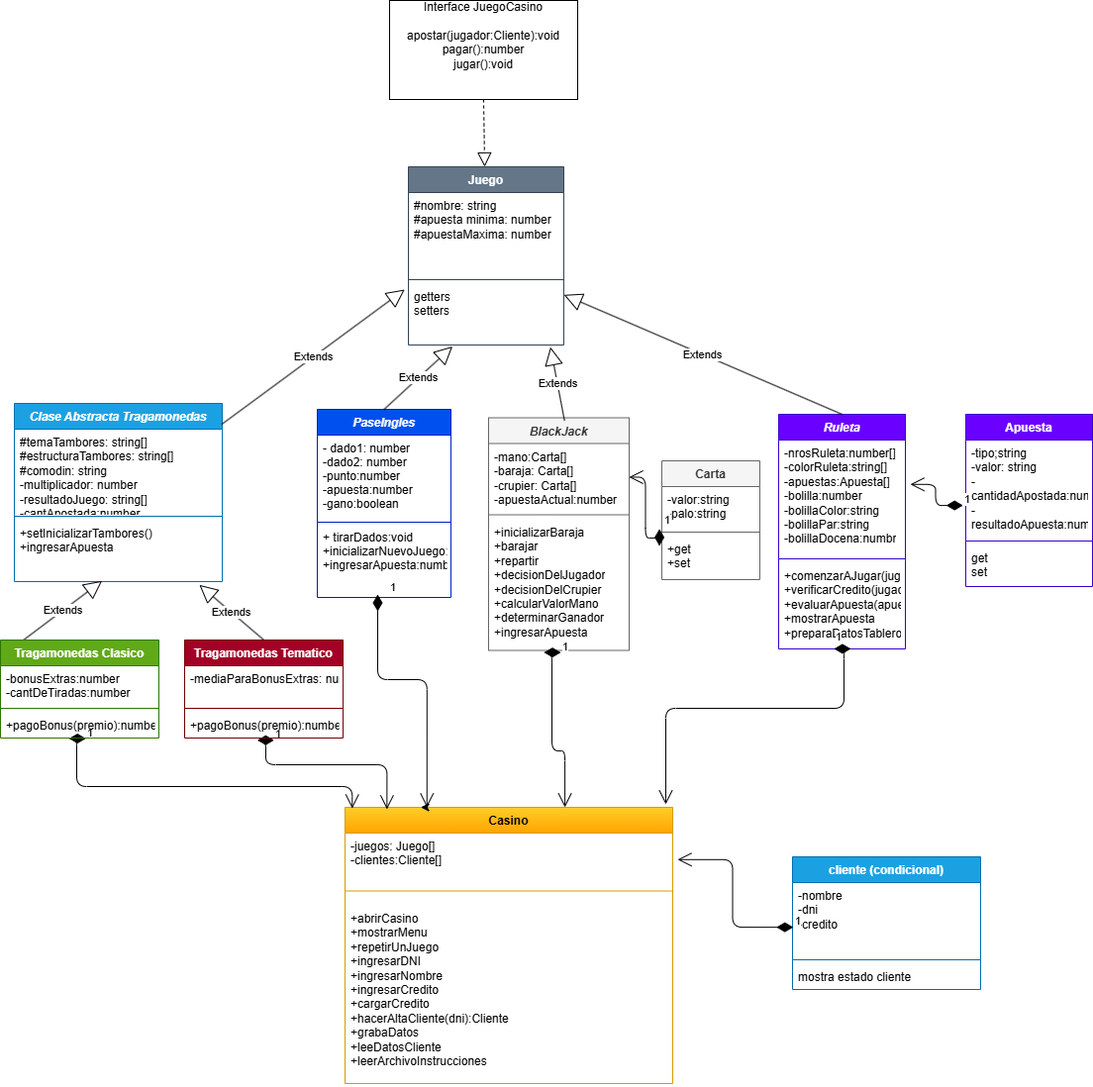
Above: Casino.drawio.png in ruedaariel/CasinoProyectoFinal (draw.io), before the change. Source tidied: cells renumbered, new cells last; positions are measured from the earlier drawing's top-left corner, leaving out a move shared by most shapes.
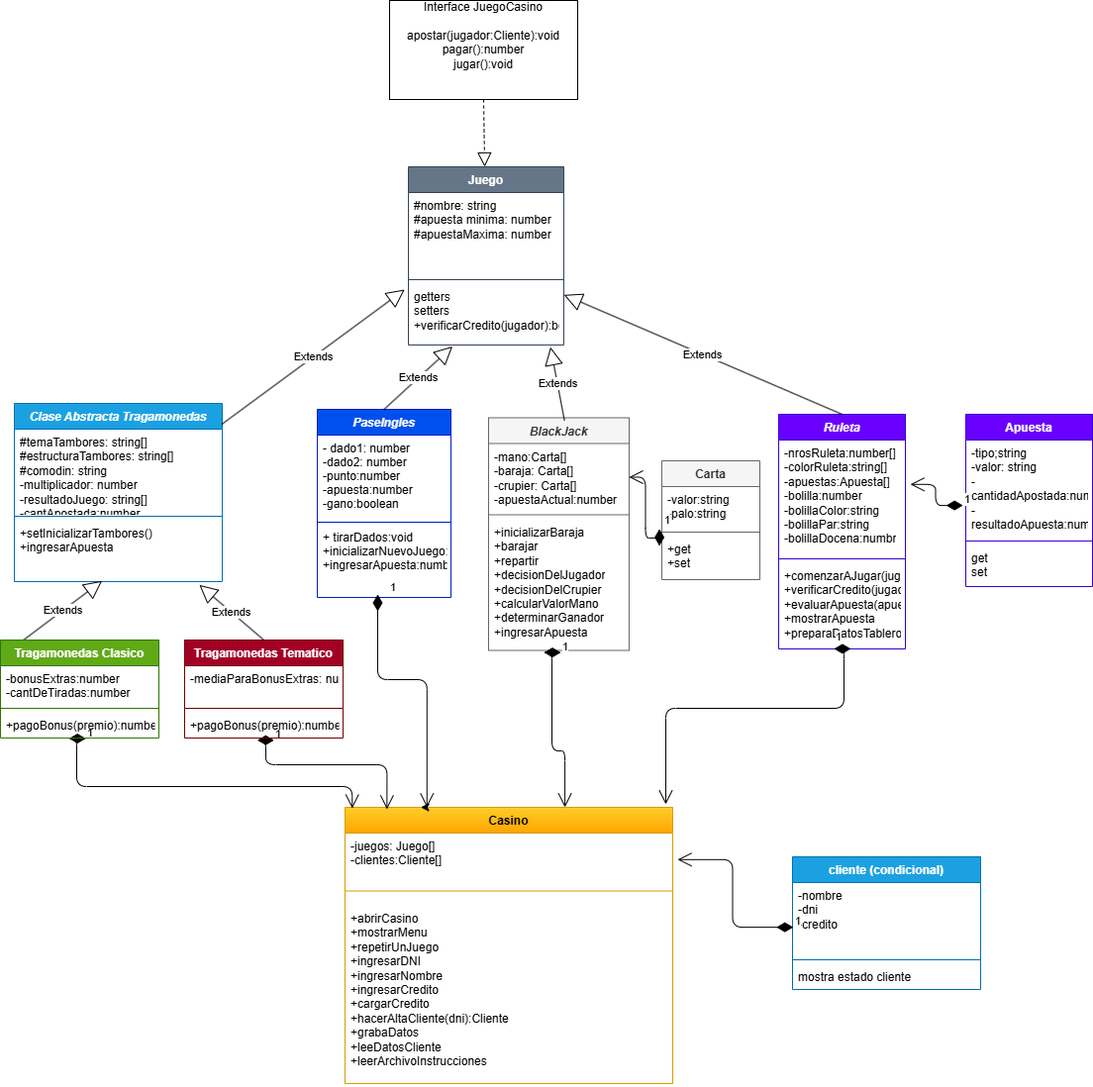
Above is the later version.

What changed in the source:
```diff
@@ -146,7 +146,7 @@
     <mxCell id="39" style="line;strokeWidth=1;fillColor=none;align=left;verticalAlign=middle;spacingTop=-1;spacingLeft=3;spacingRight=3;labelPosition=right;strokeColor=inherit;" parent="37" vertex="1">
       <mxGeometry y="110" width="157" height="8" as="geometry" />
     </mxCell>
-    <mxCell id="40" value="getters&lt;br&gt;setters" style="text;strokeColor=none;fillColor=none;align=left;verticalAlign=top;spacingLeft=4;spacingRight=4;overflow=hidden;points=[[0,0.5],[1,0.5]];portConstraint=eastwest;whiteSpace=wrap;html=1;" parent="37" vertex="1">
+    <mxCell id="40" value="getters&lt;br&gt;setters&lt;br&gt;+verificarCredito(jugador):boolean" style="text;strokeColor=none;fillColor=none;align=left;verticalAlign=top;spacingLeft=4;spacingRight=4;overflow=hidden;points=[[0,0.5],[1,0.5]];portConstraint=eastwest;whiteSpace=wrap;html=1;" parent="37" vertex="1">
       <mxGeometry y="118" width="157" height="62" as="geometry" />
     </mxCell>
     <mxCell id="41" value="Extends" style="endArrow=block;endSize=16;endFill=0;html=1;entryX=0.914;entryY=1.034;entryDx=0;entryDy=0;entryPerimeter=0;exitX=0.54;exitY=0.012;exitDx=0;exitDy=0;exitPerimeter=0;" parent="1" edge="1" source="22" target="40">
```
